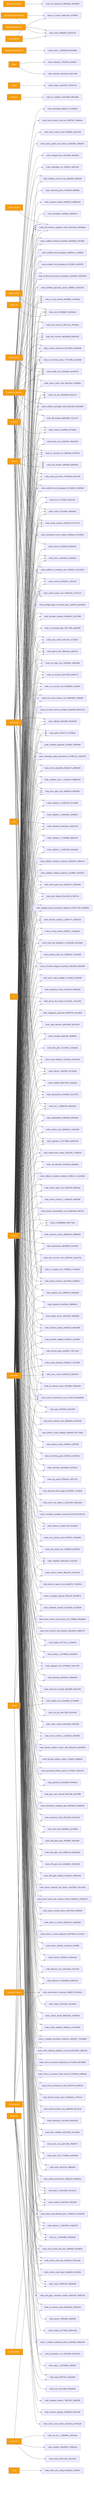
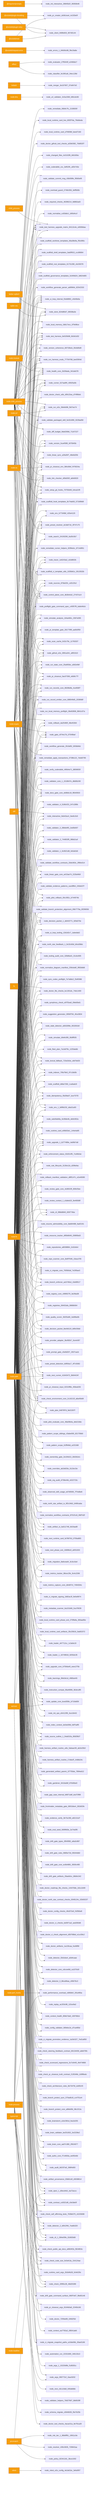
graph LR
  ext_inquirer_prompts_4d547149["@inquirer/prompts"] --> node_init_interactive_28845b2f_39350b46
  ext_octokit_plugin_retry_c9aecc53["@octokit/plugin-retry"] --> node_client_948fe603_907d5144
  ext_octokit_plugin_throttling_7909ece3["@octokit/plugin-throttling"] --> node_client_948fe603_907d5144
  ext_octokit_plugin_throttling_7909ece3["@octokit/plugin-throttling"] --> node_pr_creator_dc6b1ea4_4c333e0f
  ext_octokit_request_error_98ae13cc["@octokit/request-error"] --> node_errors_1_84b56c88_f9e19a8e
  ext_octokit_rest_c6e4d192["@octokit/rest"] --> node_client_948fe603_907d5144
  ext_octokit_rest_c6e4d192["@octokit/rest"] --> node_pr_creator_dc6b1ea4_4c333e0f
  ext_better_sqlite3_d7ed8f1a["better-sqlite3"] --> node_store_824d80d7_69038a3e
  ext_child_process_4845fa97["child_process"] --> node_test_harness_upgrade_matrix_84113c4e_e0838daa
  ext_diff_75a0ee1b["diff"] --> node_interactive_0eb42ac4_3ee6c3c6
  ext_effect_68d1dae1["effect"] --> node_classifier_fe1991a9_34ec128d
  ext_effect_68d1dae1["effect"] --> node_evaluator_27f6343f_e2466dc7
  ext_fs_3f4bb586["fs"] --> node_doctor_file_checks_bc1301dc_74dc1400
  ext_lodash_901466a5["lodash"] --> node_merger_3e167607_07e847e5
  ext_node_child_process_f62b7d19["node:child_process"] --> node_branch_enforcer_acb749cd_10e89517
  ext_node_child_process_f62b7d19["node:child_process"] --> node_changed_files_4c0102f6_bfd165bc
  ext_node_child_process_f62b7d19["node:child_process"] --> node_check_environment_core_2c16213f_a8a456d9
  ext_node_child_process_f62b7d19["node:child_process"] --> node_ci_migrate_core_7005b5af_7e295ae3
  ext_node_child_process_f62b7d19["node:child_process"] --> node_control_plane_core_db3b4cb2_27437a14
  ext_node_child_process_f62b7d19["node:child_process"] --> node_diff_budget_9da0268d_71167227
  ext_node_child_process_f62b7d19["node:child_process"] --> node_docs_gate_core_eb9b6c18_f8540503
  ext_node_child_process_f62b7d19["node:child_process"] --> node_doctor_check_utils_d0fc22ea_d74f86eb
  ext_node_child_process_f62b7d19["node:child_process"] --> node_doctor_github_tool_checks_a53b0382_76d832f7
  ext_node_child_process_f62b7d19["node:child_process"] --> node_github_e2e_2891a341_af6f1610
  ext_node_child_process_f62b7d19["node:child_process"] --> node_health_core_2b2fdada_341de678
  ext_node_child_process_f62b7d19["node:child_process"] --> node_linear_gate_core_a415ae74_222bd4b9
  ext_node_child_process_f62b7d19["node:child_process"] --> node_link_checker_d0fa555f_abfe9020
  ext_node_child_process_f62b7d19["node:child_process"] --> node_local_memory_0db17ecc_97fe98ce
  ext_node_child_process_f62b7d19["node:child_process"] --> node_local_runtime_card_d7fd59bf_beed7160
  ext_node_child_process_f62b7d19["node:child_process"] --> node_local_runtime_card_live_65f2f7da_7feb6eda
  ext_node_child_process_f62b7d19["node:child_process"] --> node_next_runner_41643472_9b94424f
  ext_node_child_process_f62b7d19["node:child_process"] --> node_pr_closeout_0ac07306_e8d9c77f
  ext_node_child_process_f62b7d19["node:child_process"] --> node_pr_closeout_env_9bfcd9ef_f476024a
  ext_node_child_process_f62b7d19["node:child_process"] --> node_remediate_06b9c7fc_2158505f
  ext_node_child_process_f62b7d19["node:child_process"] --> node_run_e2e_39efe696_fb07ee74
  ext_node_child_process_f62b7d19["node:child_process"] --> node_run_harness_evals_77704768_ba42904d
  ext_node_child_process_f62b7d19["node:child_process"] --> node_runner_527aa9f4_40925a5b
  ext_node_child_process_f62b7d19["node:child_process"] --> node_scaffold_hook_templates_8c74ab50_572d99d9
  ext_node_child_process_f62b7d19["node:child_process"] --> node_search_24193290_6a30c5b7
  ext_node_child_process_f62b7d19["node:child_process"] --> node_setup_git_hooks_70750d40_b4ca2cf9
  ext_node_child_process_f62b7d19["node:child_process"] --> node_test_harness_6e520b98_6b3d1d32
  ext_node_child_process_f62b7d19["node:child_process"] --> node_test_harness_upgrade_matrix_84113c4e_e0838daa
  ext_node_child_process_f62b7d19["node:child_process"] --> node_ui_loop_internal_f2eb8892_c4b49e6a
  ext_node_child_process_f62b7d19["node:child_process"] --> node_validate_commit_msg_43b008fe_f9560ef9
  ext_node_child_process_f62b7d19["node:child_process"] --> node_validate_packaged_skill_5e32c890_9228ad58
  ext_node_child_process_f62b7d19["node:child_process"] --> node_version_coherence_69733bcb_00c8d5d9
  ext_node_crypto_c7dfc512["node:crypto"] --> node_artifact_io_ba511748_6d1faad8
  ext_node_crypto_c7dfc512["node:crypto"] --> node_check_environment_core_2c16213f_a8a456d9
  ext_node_crypto_c7dfc512["node:crypto"] --> node_ci_migrate_signing_2d82ac3f_9e5e8974
  ext_node_crypto_c7dfc512["node:crypto"] --> node_control_plane_core_db3b4cb2_27437a14
  ext_node_crypto_c7dfc512["node:crypto"] --> node_decision_packet_1_dd443771_92fa570e
  ext_node_crypto_c7dfc512["node:crypto"] --> node_decision_packet_8ee9d119_b89c59dd
  ext_node_crypto_c7dfc512["node:crypto"] --> node_docs_gate_core_eb9b6c18_f8540503
  ext_node_crypto_c7dfc512["node:crypto"] --> node_enforcement_status_92d314f5_7cd48cbe
  ext_node_crypto_c7dfc512["node:crypto"] --> node_env_b77349bf_420e4120
  ext_node_crypto_c7dfc512["node:crypto"] --> node_gate_c974e17b_07549baf
  ext_node_crypto_c7dfc512["node:crypto"] --> node_idempotency_f5d39a07_bce757f2
  ext_node_crypto_c7dfc512["node:crypto"] --> node_indexer_70fa78e5_97c1bb0b
  ext_node_crypto_c7dfc512["node:crypto"] --> node_lexical_fallback_723e2b3e_cdb7bd33
  ext_node_crypto_c7dfc512["node:crypto"] --> node_linear_sync_a2fa2bf7_48e6d20b
  ext_node_crypto_c7dfc512["node:crypto"] --> node_link_checker_d0fa555f_abfe9020
  ext_node_crypto_c7dfc512["node:crypto"] --> node_migration_8a6cead4_3c3cc0a4
  ext_node_crypto_c7dfc512["node:crypto"] --> node_normalise_cc83ddc1_b95d4ccf
  ext_node_crypto_c7dfc512["node:crypto"] --> node_normalize_diagram_manifest_259cbddf_3f92b8d6
  ext_node_crypto_c7dfc512["node:crypto"] --> node_north_star_feedback_1_9c32c60d_b0cd38dc
  ext_node_crypto_c7dfc512["node:crypto"] --> node_pilot_rollback_00c1f82c_b744974b
  ext_node_crypto_c7dfc512["node:crypto"] --> node_preset_resolver_dc3dd716_3f747c75
  ext_node_crypto_c7dfc512["node:crypto"] --> node_remediate_apply_transactions_0738b122_7ebd0795
  ext_node_crypto_c7dfc512["node:crypto"] --> node_required_checks_46396214_9d882ad3
  ext_node_crypto_c7dfc512["node:crypto"] --> node_rollback_da25480f_48e45364
  ext_node_crypto_c7dfc512["node:crypto"] --> node_run_record_emitter_core_688049d5_2036fd6f
  ext_node_crypto_c7dfc512["node:crypto"] --> node_run_records_core_89286dfa_4ce958f7
  ext_node_crypto_c7dfc512["node:crypto"] --> node_run_state_core_25a955bc_a562e9bf
  ext_node_crypto_c7dfc512["node:crypto"] --> node_scan_cache_fc02c79c_11793337
  ext_node_crypto_c7dfc512["node:crypto"] --> node_simulate_analysis_164a460c_2367e095
  ext_node_crypto_c7dfc512["node:crypto"] --> node_sources_878a52fc_cd312fcd
  ext_node_crypto_c7dfc512["node:crypto"] --> node_test_harness_upgrade_matrix_84113c4e_e0838daa
  ext_node_crypto_c7dfc512["node:crypto"] --> node_tracer_1e6243a2_cb3d802b
  ext_node_crypto_c7dfc512["node:crypto"] --> node_ui_loop_internal_f2eb8892_c4b49e6a
  ext_node_crypto_c7dfc512["node:crypto"] --> node_upgrade_1_b277486e_4a06b7a8
  ext_node_dns_828a0bbf["node:dns"] --> node_url_validator_3c5a1568_b9b1dc66
  ext_node_fs_a15b7d96["node:fs"] --> node_artifact_io_ba511748_6d1faad8
  ext_node_fs_a15b7d96["node:fs"] --> node_artifact_provenance_03b81cbf_d3038614
  ext_node_fs_a15b7d96["node:fs"] --> node_audit_b81f37a0_398f4d93
  ext_node_fs_a15b7d96["node:fs"] --> node_authz_core_f714650a_ee0f2e9d
  ext_node_fs_a15b7d96["node:fs"] --> node_brain_core_aa07c380_2f924977
  ext_node_fs_a15b7d96["node:fs"] --> node_brain_validator_be251832_2e2228e2
  ext_node_fs_a15b7d96["node:fs"] --> node_brainstorm_e2e2381d_fea1b255
  ext_node_fs_a15b7d96["node:fs"] --> node_branch_enforcer_acb749cd_10e89517
  ext_node_fs_a15b7d96["node:fs"] --> node_branch_protect_core_a8feb0fd_38c1f12a
  ext_node_fs_a15b7d96["node:fs"] --> node_branch_protect_sync_570adb18_cc4751e4
  ext_node_fs_a15b7d96["node:fs"] --> node_check_20f65c28_48d25399
  ext_node_fs_a15b7d96["node:fs"] --> node_check_architecture_rules_6b7347fd_dc8f2cf3
  ext_node_fs_a15b7d96["node:fs"] --> node_check_code_size_9c5efc3a_154124ae
  ext_node_fs_a15b7d96["node:fs"] --> node_check_environment_core_2c16213f_a8a456d9
  ext_node_fs_a15b7d96["node:fs"] --> node_check_pr_closeout_truth_contract_f135348c_b39f6edc
  ext_node_fs_a15b7d96["node:fs"] --> node_check_public_api_docs_a9604f1b_f824853c
  ext_node_fs_a15b7d96["node:fs"] --> node_check_scorecard_regressions_5c7c6445_4b474868
  ext_node_fs_a15b7d96["node:fs"] --> node_check_self_affirming_tests_7638e575_c6155698
  ext_node_fs_a15b7d96["node:fs"] --> node_check_steering_feedback_contract_80134459_abb076fc
  ext_node_fs_a15b7d96["node:fs"] --> node_ci_migrate_core_7005b5af_7e295ae3
  ext_node_fs_a15b7d96["node:fs"] --> node_ci_migrate_promotion_evidence_1a2dc527_7ed1a850
  ext_node_fs_a15b7d96["node:fs"] --> node_cli_1_084e05fe_02d92b68
  ext_node_fs_a15b7d96["node:fs"] --> node_cli_99bb8840_659774ba
  ext_node_fs_a15b7d96["node:fs"] --> node_config_validator_669ebc2e_d7ca485d
  ext_node_fs_a15b7d96["node:fs"] --> node_context_health_80bb7da9_169768cb
  ext_node_fs_a15b7d96["node:fs"] --> node_contract_cc8321d6_c0e3de0f
  ext_node_fs_a15b7d96["node:fs"] --> node_control_plane_core_db3b4cb2_27437a14
  ext_node_fs_a15b7d96["node:fs"] --> node_decision_packet_1_dd443771_92fa570e
  ext_node_fs_a15b7d96["node:fs"] --> node_decision_packet_8ee9d119_b89c59dd
  ext_node_fs_a15b7d96["node:fs"] --> node_detector_2_b0fc2f46_7ea6b320
  ext_node_fs_a15b7d96["node:fs"] --> node_detector_3_86ca96aa_c95676c3
  ext_node_fs_a15b7d96["node:fs"] --> node_detector_core_cdccee8d_ca107dc8
  ext_node_fs_a15b7d96["node:fs"] --> node_detector_f2b3cbe4_a0d4caae
  ext_node_fs_a15b7d96["node:fs"] --> node_diff_budget_9da0268d_71167227
  ext_node_fs_a15b7d96["node:fs"] --> node_docs_gate_core_eb9b6c18_f8540503
  ext_node_fs_a15b7d96["node:fs"] --> node_doctor_artifacts_1a126caa_fcefdf99
  ext_node_fs_a15b7d96["node:fs"] --> node_doctor_check_utils_d0fc22ea_d74f86eb
  ext_node_fs_a15b7d96["node:fs"] --> node_doctor_ci_check_alignment_d50768bd_e1cc59c2
  ext_node_fs_a15b7d96["node:fs"] --> node_doctor_ci_checks_bd3971a2_aed260d6
  ext_node_fs_a15b7d96["node:fs"] --> node_doctor_config_checks_49c872e0_f42fb5e8
  ext_node_fs_a15b7d96["node:fs"] --> node_doctor_file_checks_bc1301dc_74dc1400
  ext_node_fs_a15b7d96["node:fs"] --> node_doctor_north_star_contract_checks_0048124c_02b00237
  ext_node_fs_a15b7d96["node:fs"] --> node_doctor_roadmap_file_checks_14447b8e_2d1c2d49
  ext_node_fs_a15b7d96["node:fs"] --> node_drift_gate_artifacts_29aeb0cc_86b9c342
  ext_node_fs_a15b7d96["node:fs"] --> node_drift_gate_core_ec6b4881_9500c485
  ext_node_fs_a15b7d96["node:fs"] --> node_drift_gate_rules_9685e72d_95044db0
  ext_node_fs_a15b7d96["node:fs"] --> node_drift_gate_types_3f045f82_a9a3c987
  ext_node_fs_a15b7d96["node:fs"] --> node_eject_1_d0ecd4d1_ba72accc
  ext_node_fs_a15b7d96["node:fs"] --> node_enforcement_status_92d314f5_7cd48cbe
  ext_node_fs_a15b7d96["node:fs"] --> node_env_1_b6f6b232_dda31a93
  ext_node_fs_a15b7d96["node:fs"] --> node_env_b77349bf_420e4120
  ext_node_fs_a15b7d96["node:fs"] --> node_eval_seed_5699fd3e_2a74a5f6
  ext_node_fs_a15b7d96["node:fs"] --> node_evidence_verify_3b73c290_e82131d7
  ext_node_fs_a15b7d96["node:fs"] --> node_fleet_plan_7a1dd79c_1225abdb
  ext_node_fs_a15b7d96["node:fs"] --> node_frontmatter_metadata_gate_6901bbe4_282d02fe
  ext_node_fs_a15b7d96["node:fs"] --> node_gap_case_internal_b9871ddf_dcd73f98
  ext_node_fs_a15b7d96["node:fs"] --> node_gardener_9416a9df_87b06be0
  ext_node_fs_a15b7d96["node:fs"] --> node_gate_c974e17b_07549baf
  ext_node_fs_a15b7d96["node:fs"] --> node_generated_artifact_parent_1f7755de_7894ed12
  ext_node_fs_a15b7d96["node:fs"] --> node_github_e2e_2891a341_af6f1610
  ext_node_fs_a15b7d96["node:fs"] --> node_harness_artifact_routine_17afacff_14dbb24c
  ext_node_fs_a15b7d96["node:fs"] --> node_harness_artifact_routine_utils_5abaac59_ab2e20b3
  ext_node_fs_a15b7d96["node:fs"] --> node_health_core_2b2fdada_341de678
  ext_node_fs_a15b7d96["node:fs"] --> node_idempotency_f5d39a07_bce757f2
  ext_node_fs_a15b7d96["node:fs"] --> node_index_context_de3ed39d_6df7adf5
  ext_node_fs_a15b7d96["node:fs"] --> node_indexer_70fa78e5_97c1bb0b
  ext_node_fs_a15b7d96["node:fs"] --> node_init_ops_e54123f9_3ce18443
  ext_node_fs_a15b7d96["node:fs"] --> node_instruction_compat_06a469fd_3b3e1df0
  ext_node_fs_a15b7d96["node:fs"] --> node_interactive_0eb42ac4_3ee6c3c6
  ext_node_fs_a15b7d96["node:fs"] --> node_learnings_9feb3e1d_4980a445
  ext_node_fs_a15b7d96["node:fs"] --> node_lexical_fallback_723e2b3e_cdb7bd33
  ext_node_fs_a15b7d96["node:fs"] --> node_linear_gate_core_a415ae74_222bd4b9
  ext_node_fs_a15b7d96["node:fs"] --> node_linear_sync_a2fa2bf7_48e6d20b
  ext_node_fs_a15b7d96["node:fs"] --> node_link_checker_d0fa555f_abfe9020
  ext_node_fs_a15b7d96["node:fs"] --> node_loader_1_16749818_9255dc35
  ext_node_fs_a15b7d96["node:fs"] --> node_loader_d47712cc_1c3a0e19
  ext_node_fs_a15b7d96["node:fs"] --> node_local_memory_0db17ecc_97fe98ce
  ext_node_fs_a15b7d96["node:fs"] --> node_local_runtime_card_artifacts_35c25816_0ad02372
  ext_node_fs_a15b7d96["node:fs"] --> node_local_runtime_card_phase_exit_275ffa9a_383aa95e
  ext_node_fs_a15b7d96["node:fs"] --> node_metadata_scanner_6a101b66_5ca79039
  ext_node_fs_a15b7d96["node:fs"] --> node_metrics_capture_core_db4bf7cf_7494304c
  ext_node_fs_a15b7d96["node:fs"] --> node_metrics_tracker_98cec29c_9c4c2266
  ext_node_fs_a15b7d96["node:fs"] --> node_migration_8a6cead4_3c3cc0a4
  ext_node_fs_a15b7d96["node:fs"] --> node_next_phase_exit_1fd996c9_a5f31003
  ext_node_fs_a15b7d96["node:fs"] --> node_next_runner_41643472_9b94424f
  ext_node_fs_a15b7d96["node:fs"] --> node_next_runtime_card_fa7867b3_0756a883
  ext_node_fs_a15b7d96["node:fs"] --> node_normalize_diagram_manifest_259cbddf_3f92b8d6
  ext_node_fs_a15b7d96["node:fs"] --> node_normalize_workflow_contracts_8701f1c8_0fdf7d2f
  ext_node_fs_a15b7d96["node:fs"] --> node_north_star_artifact_io_9f2c34b2_6490caba
  ext_node_fs_a15b7d96["node:fs"] --> node_north_star_feedback_1_9c32c60d_b0cd38dc
  ext_node_fs_a15b7d96["node:fs"] --> node_observed_skill_usage_ed7d5930_7f7edbe6
  ext_node_fs_a15b7d96["node:fs"] --> node_org_audit_d739e44b_e522723c
  ext_node_fs_a15b7d96["node:fs"] --> node_overrides_ab2dd33e_6115e15e
  ext_node_fs_a15b7d96["node:fs"] --> node_ownership_gate_2e194d13_2b02b2e1
  ext_node_fs_a15b7d96["node:fs"] --> node_pattern_scope_61ff946d_a1f21fd8
  ext_node_fs_a15b7d96["node:fs"] --> node_pattern_scope_siblings_43abe000_821756b0
  ext_node_fs_a15b7d96["node:fs"] --> node_pilot_evaluate_core_48a59b4a_deb218dc
  ext_node_fs_a15b7d96["node:fs"] --> node_pilot_rollback_00c1f82c_b744974b
  ext_node_fs_a15b7d96["node:fs"] --> node_plan_64879f7d_9e01597f
  ext_node_fs_a15b7d96["node:fs"] --> node_pr_closeout_0ac07306_e8d9c77f
  ext_node_fs_a15b7d96["node:fs"] --> node_pr_closeout_env_9bfcd9ef_f476024a
  ext_node_fs_a15b7d96["node:fs"] --> node_pr_closeout_input_02319f8e_456ea535
  ext_node_fs_a15b7d96["node:fs"] --> node_pr_template_gate_281778f9_aa0b3f59
  ext_node_fs_a15b7d96["node:fs"] --> node_preflight_gate_command_spec_c45f57f0_bdeb46cb
  ext_node_fs_a15b7d96["node:fs"] --> node_preset_detection_b0f00a17_4f7c5082
  ext_node_fs_a15b7d96["node:fs"] --> node_preset_resolver_dc3dd716_3f747c75
  ext_node_fs_a15b7d96["node:fs"] --> node_prompt_gate_c5e9d207_2927cacb
  ext_node_fs_a15b7d96["node:fs"] --> node_provider_adapter_3bcf82b7_3ce4cf67
  ext_node_fs_a15b7d96["node:fs"] --> node_quality_scorer_362f2a90_2a086a0b
  ext_node_fs_a15b7d96["node:fs"] --> node_registries_06402afa_0868b564
  ext_node_fs_a15b7d96["node:fs"] --> node_registry_core_c9990279_3e2fda38
  ext_node_fs_a15b7d96["node:fs"] --> node_remediate_apply_transactions_0738b122_7ebd0795
  ext_node_fs_a15b7d96["node:fs"] --> node_remediate_runner_helpers_929fedcc_8714d951
  ext_node_fs_a15b7d96["node:fs"] --> node_repo_scanner_core_8e9f7646_10aca705
  ext_node_fs_a15b7d96["node:fs"] --> node_repositories_a8038884_2c62efe4
  ext_node_fs_a15b7d96["node:fs"] --> node_resource_tracker_d95b6649_20895bd3
  ext_node_fs_a15b7d96["node:fs"] --> node_resume_admissibility_core_8ab84488_faaf2191
  ext_node_fs_a15b7d96["node:fs"] --> node_review_context_1_e3afed15_9e46568f
  ext_node_fs_a15b7d96["node:fs"] --> node_review_gate_core_4c8001f9_809cf3ee
  ext_node_fs_a15b7d96["node:fs"] --> node_rollback_da25480f_48e45364
  ext_node_fs_a15b7d96["node:fs"] --> node_rollback_manifest_validation_d8f5147c_e2e46585
  ext_node_fs_a15b7d96["node:fs"] --> node_rule_lifecycle_3130e11b_d296efac
  ext_node_fs_a15b7d96["node:fs"] --> node_run_e2e_39efe696_fb07ee74
  ext_node_fs_a15b7d96["node:fs"] --> node_run_harness_evals_77704768_ba42904d
  ext_node_fs_a15b7d96["node:fs"] --> node_run_record_emitter_core_688049d5_2036fd6f
  ext_node_fs_a15b7d96["node:fs"] --> node_run_records_core_89286dfa_4ce958f7
  ext_node_fs_a15b7d96["node:fs"] --> node_run_state_core_25a955bc_a562e9bf
  ext_node_fs_a15b7d96["node:fs"] --> node_runner_527aa9f4_40925a5b
  ext_node_fs_a15b7d96["node:fs"] --> node_runtime_card_e06b53e1_144e4a95
  ext_node_fs_a15b7d96["node:fs"] --> node_satisfiability_6c08de4b_de8c902a
  ext_node_fs_a15b7d96["node:fs"] --> node_scaffold_ci_template_utils_1035b61c_0513532b
  ext_node_fs_a15b7d96["node:fs"] --> node_scaffold_db8a7260_1ca6adc9
  ext_node_fs_a15b7d96["node:fs"] --> node_scaffold_governance_templates_5c949d24_3d624d65
  ext_node_fs_a15b7d96["node:fs"] --> node_scaffold_hook_templates_8c74ab50_572d99d9
  ext_node_fs_a15b7d96["node:fs"] --> node_scaffold_root_templates_61731280_c6c59378
  ext_node_fs_a15b7d96["node:fs"] --> node_scaffold_shell_templates_0ad0f915_ccc86664
  ext_node_fs_a15b7d96["node:fs"] --> node_scaffold_worktree_templates_66a38e9a_ff3c085c
  ext_node_fs_a15b7d96["node:fs"] --> node_scan_cache_fc02c79c_11793337
  ext_node_fs_a15b7d96["node:fs"] --> node_setup_git_hooks_70750d40_b4ca2cf9
  ext_node_fs_a15b7d96["node:fs"] --> node_simulate_analysis_164a460c_2367e095
  ext_node_fs_a15b7d96["node:fs"] --> node_simulate_b9efe395_90dff935
  ext_node_fs_a15b7d96["node:fs"] --> node_source_outline_1_54a631fa_8582fb07
  ext_node_fs_a15b7d96["node:fs"] --> node_sources_878a52fc_cd312fcd
  ext_node_fs_a15b7d96["node:fs"] --> node_stale_detector_a563289e_653281b0
  ext_node_fs_a15b7d96["node:fs"] --> node_store_824d80d7_69038a3e
  ext_node_fs_a15b7d96["node:fs"] --> node_suggestion_generator_0956f794_4fce3834
  ext_node_fs_a15b7d96["node:fs"] --> node_symphony_check_e97f2ea0_09eb5bd1
  ext_node_fs_a15b7d96["node:fs"] --> node_sync_codex_preflight_7e7a8dc2_f2ef0386
  ext_node_fs_a15b7d96["node:fs"] --> node_test_harness_6e520b98_6b3d1d32
  ext_node_fs_a15b7d96["node:fs"] --> node_test_harness_upgrade_matrix_84113c4e_e0838daa
  ext_node_fs_a15b7d96["node:fs"] --> node_tooling_audit_core_328d6a41_01cbc905
  ext_node_fs_a15b7d96["node:fs"] --> node_tracer_1e6243a2_cb3d802b
  ext_node_fs_a15b7d96["node:fs"] --> node_ui_loop_internal_f2eb8892_c4b49e6a
  ext_node_fs_a15b7d96["node:fs"] --> node_ui_loop_tooling_12b2d2c7_1abedab2
  ext_node_fs_a15b7d96["node:fs"] --> node_update_core_bced358c_b710dd59
  ext_node_fs_a15b7d96["node:fs"] --> node_upgrade_1_b277486e_4a06b7a8
  ext_node_fs_a15b7d96["node:fs"] --> node_upgrade_core_b759da40_eeec275b
  ext_node_fs_a15b7d96["node:fs"] --> node_validate_branch_protection_alignment_09b7779a_6f299056
  ext_node_fs_a15b7d96["node:fs"] --> node_validate_commit_msg_43b008fe_f9560ef9
  ext_node_fs_a15b7d96["node:fs"] --> node_validate_evidence_patterns_cacd9fb4_240eb37f
  ext_node_fs_a15b7d96["node:fs"] --> node_validate_packaged_skill_5e32c890_9228ad58
  ext_node_fs_a15b7d96["node:fs"] --> node_validate_workflow_contracts_33dc063c_2f80e314
  ext_node_fs_a15b7d96["node:fs"] --> node_validator_1_0c0621d8_0e5afcb6
  ext_node_fs_a15b7d96["node:fs"] --> node_validator_2_744853f5_98bb2caf
  ext_node_fs_a15b7d96["node:fs"] --> node_validator_3_28b6e9f3_2ed5b007
  ext_node_fs_a15b7d96["node:fs"] --> node_validator_4_5180cf23_247c289b
  ext_node_fs_a15b7d96["node:fs"] --> node_validator_core_1_1518647e_d8d0b249
  ext_node_fs_a15b7d96["node:fs"] --> node_verify_coderabbit_490b4e71_8859655f
  ext_node_fs_a15b7d96["node:fs"] --> node_version_5ca4f385_fd75945b
  ext_node_fs_a15b7d96["node:fs"] --> node_version_coherence_69733bcb_00c8d5d9
  ext_node_fs_a15b7d96["node:fs"] --> node_workflow_generate_2fc0af62_803bbfeb
  ext_node_fs_a15b7d96["node:fs"] --> node_workflow_generate_parser_ad69fefe_62542333
  ext_node_module_ca1b42af["node:module"] --> node_health_core_2b2fdada_341de678
  ext_node_os_d93fe73a["node:os"] --> node_env_1_b6f6b232_dda31a93
  ext_node_os_d93fe73a["node:os"] --> node_github_e2e_2891a341_af6f1610
  ext_node_os_d93fe73a["node:os"] --> node_link_checker_d0fa555f_abfe9020
  ext_node_os_d93fe73a["node:os"] --> node_overload_guard_2748c559_3eff560b
  ext_node_os_d93fe73a["node:os"] --> node_performance_overload_c685bfcf_291ef65a
  ext_node_os_d93fe73a["node:os"] --> node_pr_closeout_env_9bfcd9ef_f476024a
+   ext_node_os_d93fe73a["node:os"] --> node_runner_527aa9f4_40925a5b
  ext_node_os_d93fe73a["node:os"] --> node_test_harness_6e520b98_6b3d1d32
  ext_node_os_d93fe73a["node:os"] --> node_test_harness_upgrade_matrix_84113c4e_e0838daa
  ext_node_path_78811c13["node:path"] --> node_args_090772cf_1bac9202
  ext_node_path_78811c13["node:path"] --> node_args_1_15220d9b_f1d9281c
  ext_node_path_78811c13["node:path"] --> node_artifact_io_ba511748_6d1faad8
  ext_node_path_78811c13["node:path"] --> node_artifact_provenance_03b81cbf_d3038614
  ext_node_path_78811c13["node:path"] --> node_audit_b81f37a0_398f4d93
  ext_node_path_78811c13["node:path"] --> node_authz_core_f714650a_ee0f2e9d
  ext_node_path_78811c13["node:path"] --> node_automation_run_22331800_346133c3
  ext_node_path_78811c13["node:path"] --> node_brain_core_aa07c380_2f924977
  ext_node_path_78811c13["node:path"] --> node_brain_validator_be251832_2e2228e2
  ext_node_path_78811c13["node:path"] --> node_brainstorm_e2e2381d_fea1b255
  ext_node_path_78811c13["node:path"] --> node_branch_enforcer_acb749cd_10e89517
  ext_node_path_78811c13["node:path"] --> node_branch_protect_core_a8feb0fd_38c1f12a
  ext_node_path_78811c13["node:path"] --> node_branch_protect_sync_570adb18_cc4751e4
  ext_node_path_78811c13["node:path"] --> node_check_20f65c28_48d25399
  ext_node_path_78811c13["node:path"] --> node_check_architecture_rules_6b7347fd_dc8f2cf3
  ext_node_path_78811c13["node:path"] --> node_check_code_size_9c5efc3a_154124ae
  ext_node_path_78811c13["node:path"] --> node_check_environment_core_2c16213f_a8a456d9
  ext_node_path_78811c13["node:path"] --> node_check_pr_closeout_truth_contract_f135348c_b39f6edc
  ext_node_path_78811c13["node:path"] --> node_check_public_api_docs_a9604f1b_f824853c
  ext_node_path_78811c13["node:path"] --> node_check_scorecard_regressions_5c7c6445_4b474868
  ext_node_path_78811c13["node:path"] --> node_check_self_affirming_tests_7638e575_c6155698
  ext_node_path_78811c13["node:path"] --> node_check_steering_feedback_contract_80134459_abb076fc
  ext_node_path_78811c13["node:path"] --> node_ci_migrate_core_7005b5af_7e295ae3
  ext_node_path_78811c13["node:path"] --> node_ci_migrate_promotion_evidence_1a2dc527_7ed1a850
  ext_node_path_78811c13["node:path"] --> node_ci_migrate_snapshot_paths_a10de06b_30ae5166
  ext_node_path_78811c13["node:path"] --> node_cli_1_084e05fe_02d92b68
  ext_node_path_78811c13["node:path"] --> node_cli_99bb8840_659774ba
  ext_node_path_78811c13["node:path"] --> node_config_validator_669ebc2e_d7ca485d
  ext_node_path_78811c13["node:path"] --> node_context_ea7792a2_08541ab6
  ext_node_path_78811c13["node:path"] --> node_context_health_80bb7da9_169768cb
  ext_node_path_78811c13["node:path"] --> node_contract_cc8321d6_c0e3de0f
  ext_node_path_78811c13["node:path"] --> node_control_plane_core_db3b4cb2_27437a14
  ext_node_path_78811c13["node:path"] --> node_decision_packet_1_dd443771_92fa570e
  ext_node_path_78811c13["node:path"] --> node_decision_packet_8ee9d119_b89c59dd
  ext_node_path_78811c13["node:path"] --> node_detector_2_b0fc2f46_7ea6b320
  ext_node_path_78811c13["node:path"] --> node_detector_3_86ca96aa_c95676c3
  ext_node_path_78811c13["node:path"] --> node_detector_core_cdccee8d_ca107dc8
  ext_node_path_78811c13["node:path"] --> node_detector_f2b3cbe4_a0d4caae
  ext_node_path_78811c13["node:path"] --> node_docs_gate_core_eb9b6c18_f8540503
  ext_node_path_78811c13["node:path"] --> node_doctor_72f4be89_04fd2f3d
  ext_node_path_78811c13["node:path"] --> node_doctor_artifacts_1a126caa_fcefdf99
  ext_node_path_78811c13["node:path"] --> node_doctor_ci_check_alignment_d50768bd_e1cc59c2
  ext_node_path_78811c13["node:path"] --> node_doctor_ci_checks_bd3971a2_aed260d6
  ext_node_path_78811c13["node:path"] --> node_doctor_config_checks_49c872e0_f42fb5e8
  ext_node_path_78811c13["node:path"] --> node_doctor_file_checks_bc1301dc_74dc1400
  ext_node_path_78811c13["node:path"] --> node_doctor_north_star_contract_checks_0048124c_02b00237
  ext_node_path_78811c13["node:path"] --> node_doctor_roadmap_file_checks_14447b8e_2d1c2d49
  ext_node_path_78811c13["node:path"] --> node_drift_gate_artifacts_29aeb0cc_86b9c342
  ext_node_path_78811c13["node:path"] --> node_drift_gate_command_surface_060f7e67_f8e83146
  ext_node_path_78811c13["node:path"] --> node_drift_gate_core_ec6b4881_9500c485
  ext_node_path_78811c13["node:path"] --> node_drift_gate_rules_9685e72d_95044db0
  ext_node_path_78811c13["node:path"] --> node_drift_gate_types_3f045f82_a9a3c987
  ext_node_path_78811c13["node:path"] --> node_eject_1_d0ecd4d1_ba72accc
  ext_node_path_78811c13["node:path"] --> node_enforcement_status_92d314f5_7cd48cbe
  ext_node_path_78811c13["node:path"] --> node_env_1_b6f6b232_dda31a93
  ext_node_path_78811c13["node:path"] --> node_eval_seed_5699fd3e_2a74a5f6
  ext_node_path_78811c13["node:path"] --> node_evidence_verify_3b73c290_e82131d7
  ext_node_path_78811c13["node:path"] --> node_frontmatter_metadata_gate_6901bbe4_282d02fe
  ext_node_path_78811c13["node:path"] --> node_gap_case_internal_b9871ddf_dcd73f98
  ext_node_path_78811c13["node:path"] --> node_gardener_9416a9df_87b06be0
  ext_node_path_78811c13["node:path"] --> node_gate_c974e17b_07549baf
  ext_node_path_78811c13["node:path"] --> node_generated_artifact_parent_1f7755de_7894ed12
  ext_node_path_78811c13["node:path"] --> node_github_e2e_2891a341_af6f1610
  ext_node_path_78811c13["node:path"] --> node_harness_artifact_routine_17afacff_14dbb24c
  ext_node_path_78811c13["node:path"] --> node_harness_artifact_routine_utils_5abaac59_ab2e20b3
  ext_node_path_78811c13["node:path"] --> node_health_core_2b2fdada_341de678
  ext_node_path_78811c13["node:path"] --> node_idempotency_f5d39a07_bce757f2
  ext_node_path_78811c13["node:path"] --> node_index_context_de3ed39d_6df7adf5
  ext_node_path_78811c13["node:path"] --> node_indexer_70fa78e5_97c1bb0b
  ext_node_path_78811c13["node:path"] --> node_init_ops_e54123f9_3ce18443
  ext_node_path_78811c13["node:path"] --> node_instruction_compat_06a469fd_3b3e1df0
  ext_node_path_78811c13["node:path"] --> node_interactive_0eb42ac4_3ee6c3c6
  ext_node_path_78811c13["node:path"] --> node_learnings_9feb3e1d_4980a445
  ext_node_path_78811c13["node:path"] --> node_lexical_fallback_723e2b3e_cdb7bd33
  ext_node_path_78811c13["node:path"] --> node_linear_gate_core_a415ae74_222bd4b9
  ext_node_path_78811c13["node:path"] --> node_link_checker_d0fa555f_abfe9020
  ext_node_path_78811c13["node:path"] --> node_loader_1_16749818_9255dc35
  ext_node_path_78811c13["node:path"] --> node_loader_d47712cc_1c3a0e19
  ext_node_path_78811c13["node:path"] --> node_local_runtime_card_artifacts_35c25816_0ad02372
  ext_node_path_78811c13["node:path"] --> node_local_runtime_card_phase_exit_275ffa9a_383aa95e
  ext_node_path_78811c13["node:path"] --> node_metadata_scanner_6a101b66_5ca79039
  ext_node_path_78811c13["node:path"] --> node_metrics_capture_core_db4bf7cf_7494304c
  ext_node_path_78811c13["node:path"] --> node_metrics_tracker_98cec29c_9c4c2266
  ext_node_path_78811c13["node:path"] --> node_migration_8a6cead4_3c3cc0a4
  ext_node_path_78811c13["node:path"] --> node_next_phase_exit_1fd996c9_a5f31003
  ext_node_path_78811c13["node:path"] --> node_next_runner_41643472_9b94424f
  ext_node_path_78811c13["node:path"] --> node_next_runtime_card_fa7867b3_0756a883
  ext_node_path_78811c13["node:path"] --> node_normalize_diagram_manifest_259cbddf_3f92b8d6
  ext_node_path_78811c13["node:path"] --> node_normalize_workflow_contracts_8701f1c8_0fdf7d2f
  ext_node_path_78811c13["node:path"] --> node_north_star_artifact_io_9f2c34b2_6490caba
  ext_node_path_78811c13["node:path"] --> node_north_star_feedback_1_9c32c60d_b0cd38dc
  ext_node_path_78811c13["node:path"] --> node_observed_skill_usage_ed7d5930_7f7edbe6
  ext_node_path_78811c13["node:path"] --> node_org_audit_d739e44b_e522723c
  ext_node_path_78811c13["node:path"] --> node_overrides_ab2dd33e_6115e15e
  ext_node_path_78811c13["node:path"] --> node_ownership_gate_2e194d13_2b02b2e1
  ext_node_path_78811c13["node:path"] --> node_pattern_scope_61ff946d_a1f21fd8
  ext_node_path_78811c13["node:path"] --> node_pattern_scope_siblings_43abe000_821756b0
  ext_node_path_78811c13["node:path"] --> node_pilot_evaluate_core_48a59b4a_deb218dc
  ext_node_path_78811c13["node:path"] --> node_pilot_rollback_00c1f82c_b744974b
  ext_node_path_78811c13["node:path"] --> node_plan_64879f7d_9e01597f
  ext_node_path_78811c13["node:path"] --> node_pr_closeout_0ac07306_e8d9c77f
  ext_node_path_78811c13["node:path"] --> node_pr_closeout_args_8164b0a8_2240b166
  ext_node_path_78811c13["node:path"] --> node_pr_closeout_env_9bfcd9ef_f476024a
  ext_node_path_78811c13["node:path"] --> node_pr_closeout_input_02319f8e_456ea535
  ext_node_path_78811c13["node:path"] --> node_preset_detection_b0f00a17_4f7c5082
  ext_node_path_78811c13["node:path"] --> node_preset_resolver_dc3dd716_3f747c75
  ext_node_path_78811c13["node:path"] --> node_prompt_gate_c5e9d207_2927cacb
  ext_node_path_78811c13["node:path"] --> node_provider_adapter_3bcf82b7_3ce4cf67
  ext_node_path_78811c13["node:path"] --> node_quality_scorer_362f2a90_2a086a0b
  ext_node_path_78811c13["node:path"] --> node_registries_06402afa_0868b564
  ext_node_path_78811c13["node:path"] --> node_registry_core_c9990279_3e2fda38
  ext_node_path_78811c13["node:path"] --> node_remediate_apply_transactions_0738b122_7ebd0795
  ext_node_path_78811c13["node:path"] --> node_replay_ac203c98_115ce9a2
  ext_node_path_78811c13["node:path"] --> node_repo_scanner_core_8e9f7646_10aca705
  ext_node_path_78811c13["node:path"] --> node_repositories_a8038884_2c62efe4
  ext_node_path_78811c13["node:path"] --> node_resource_tracker_d95b6649_20895bd3
  ext_node_path_78811c13["node:path"] --> node_resume_admissibility_core_8ab84488_faaf2191
  ext_node_path_78811c13["node:path"] --> node_review_context_1_e3afed15_9e46568f
  ext_node_path_78811c13["node:path"] --> node_review_gate_core_4c8001f9_809cf3ee
  ext_node_path_78811c13["node:path"] --> node_rollback_da25480f_48e45364
  ext_node_path_78811c13["node:path"] --> node_rollback_manifest_validation_d8f5147c_e2e46585
  ext_node_path_78811c13["node:path"] --> node_rule_lifecycle_3130e11b_d296efac
  ext_node_path_78811c13["node:path"] --> node_run_e2e_39efe696_fb07ee74
  ext_node_path_78811c13["node:path"] --> node_run_harness_evals_77704768_ba42904d
  ext_node_path_78811c13["node:path"] --> node_run_local_memory_preflight_36e92808_9841c57a
  ext_node_path_78811c13["node:path"] --> node_run_record_emitter_core_688049d5_2036fd6f
  ext_node_path_78811c13["node:path"] --> node_run_records_core_89286dfa_4ce958f7
  ext_node_path_78811c13["node:path"] --> node_run_state_core_25a955bc_a562e9bf
  ext_node_path_78811c13["node:path"] --> node_runner_527aa9f4_40925a5b
  ext_node_path_78811c13["node:path"] --> node_runtime_card_args_2b3d4b28_5cfe029c
  ext_node_path_78811c13["node:path"] --> node_runtime_card_e06b53e1_144e4a95
  ext_node_path_78811c13["node:path"] --> node_satisfiability_6c08de4b_de8c902a
  ext_node_path_78811c13["node:path"] --> node_scaffold_ci_template_utils_1035b61c_0513532b
  ext_node_path_78811c13["node:path"] --> node_scaffold_db8a7260_1ca6adc9
  ext_node_path_78811c13["node:path"] --> node_scaffold_hook_templates_8c74ab50_572d99d9
  ext_node_path_78811c13["node:path"] --> node_scan_cache_fc02c79c_11793337
  ext_node_path_78811c13["node:path"] --> node_search_24193290_6a30c5b7
  ext_node_path_78811c13["node:path"] --> node_setup_git_hooks_70750d40_b4ca2cf9
  ext_node_path_78811c13["node:path"] --> node_simulate_analysis_164a460c_2367e095
  ext_node_path_78811c13["node:path"] --> node_simulate_b9efe395_90dff935
  ext_node_path_78811c13["node:path"] --> node_source_outline_1_54a631fa_8582fb07
  ext_node_path_78811c13["node:path"] --> node_sources_878a52fc_cd312fcd
  ext_node_path_78811c13["node:path"] --> node_stale_detector_a563289e_653281b0
  ext_node_path_78811c13["node:path"] --> node_store_824d80d7_69038a3e
  ext_node_path_78811c13["node:path"] --> node_suggestion_generator_0956f794_4fce3834
  ext_node_path_78811c13["node:path"] --> node_symphony_check_e97f2ea0_09eb5bd1
  ext_node_path_78811c13["node:path"] --> node_sync_codex_preflight_7e7a8dc2_f2ef0386
  ext_node_path_78811c13["node:path"] --> node_test_harness_6e520b98_6b3d1d32
  ext_node_path_78811c13["node:path"] --> node_test_harness_upgrade_matrix_84113c4e_e0838daa
  ext_node_path_78811c13["node:path"] --> node_tooling_audit_core_328d6a41_01cbc905
  ext_node_path_78811c13["node:path"] --> node_tracer_1e6243a2_cb3d802b
  ext_node_path_78811c13["node:path"] --> node_ui_loop_internal_f2eb8892_c4b49e6a
  ext_node_path_78811c13["node:path"] --> node_ui_loop_tooling_12b2d2c7_1abedab2
  ext_node_path_78811c13["node:path"] --> node_update_core_bced358c_b710dd59
  ext_node_path_78811c13["node:path"] --> node_upgrade_1_b277486e_4a06b7a8
  ext_node_path_78811c13["node:path"] --> node_upgrade_core_b759da40_eeec275b
  ext_node_path_78811c13["node:path"] --> node_validate_branch_protection_alignment_09b7779a_6f299056
  ext_node_path_78811c13["node:path"] --> node_validate_evidence_patterns_cacd9fb4_240eb37f
  ext_node_path_78811c13["node:path"] --> node_validate_packaged_skill_5e32c890_9228ad58
  ext_node_path_78811c13["node:path"] --> node_validate_workflow_contracts_33dc063c_2f80e314
  ext_node_path_78811c13["node:path"] --> node_validator_1_0c0621d8_0e5afcb6
  ext_node_path_78811c13["node:path"] --> node_validator_2_744853f5_98bb2caf
  ext_node_path_78811c13["node:path"] --> node_validator_3_28b6e9f3_2ed5b007
  ext_node_path_78811c13["node:path"] --> node_validator_4_5180cf23_247c289b
  ext_node_path_78811c13["node:path"] --> node_validator_core_1_1518647e_d8d0b249
  ext_node_path_78811c13["node:path"] --> node_verify_coderabbit_490b4e71_8859655f
  ext_node_path_78811c13["node:path"] --> node_version_5ca4f385_fd75945b
  ext_node_path_78811c13["node:path"] --> node_version_coherence_69733bcb_00c8d5d9
  ext_node_path_78811c13["node:path"] --> node_workflow_generate_2fc0af62_803bbfeb
  ext_node_perf_hooks_906292ff["node:perf_hooks"] --> node_performance_overload_c685bfcf_291ef65a
  ext_node_process_00cdf119["node:process"] --> node_args_090772cf_1bac9202
  ext_node_process_00cdf119["node:process"] --> node_check_20f65c28_48d25399
  ext_node_process_00cdf119["node:process"] --> node_ci_migrate_core_7005b5af_7e295ae3
  ext_node_process_00cdf119["node:process"] --> node_ci_migrate_signing_2d82ac3f_9e5e8974
  ext_node_process_00cdf119["node:process"] --> node_cli_1_084e05fe_02d92b68
  ext_node_process_00cdf119["node:process"] --> node_contract_cc8321d6_c0e3de0f
  ext_node_process_00cdf119["node:process"] --> node_next_c6c1c9a9_040a8dbb
  ext_node_process_00cdf119["node:process"] --> node_next_runner_41643472_9b94424f
  ext_node_process_00cdf119["node:process"] --> node_performance_overload_c685bfcf_291ef65a
  ext_node_process_00cdf119["node:process"] --> node_pr_closeout_args_8164b0a8_2240b166
  ext_node_process_00cdf119["node:process"] --> node_runtime_card_args_2b3d4b28_5cfe029c
  ext_node_process_00cdf119["node:process"] --> node_upgrade_core_b759da40_eeec275b
  ext_node_readline_bb6096cc["node:readline"] --> node_eject_1_d0ecd4d1_ba72accc
  ext_node_url_d0cb3ad7["node:url"] --> node_ci_migrate_core_7005b5af_7e295ae3
  ext_node_url_d0cb3ad7["node:url"] --> node_cli_99bb8840_659774ba
  ext_node_url_d0cb3ad7["node:url"] --> node_coderabbit_csv_3ef61ffc_af2b743e
  ext_node_url_d0cb3ad7["node:url"] --> node_control_plane_core_db3b4cb2_27437a14
  ext_node_url_d0cb3ad7["node:url"] --> node_decision_packet_1_dd443771_92fa570e
  ext_node_url_d0cb3ad7["node:url"] --> node_gate_c974e17b_07549baf
  ext_node_url_d0cb3ad7["node:url"] --> node_health_core_2b2fdada_341de678
  ext_node_url_d0cb3ad7["node:url"] --> node_preset_resolver_dc3dd716_3f747c75
  ext_node_url_d0cb3ad7["node:url"] --> node_run_e2e_39efe696_fb07ee74
  ext_node_url_d0cb3ad7["node:url"] --> node_run_harness_evals_77704768_ba42904d
  ext_node_url_d0cb3ad7["node:url"] --> node_run_local_memory_preflight_36e92808_9841c57a
  ext_node_url_d0cb3ad7["node:url"] --> node_scaffold_ci_template_utils_1035b61c_0513532b
  ext_node_url_d0cb3ad7["node:url"] --> node_scaffold_governance_templates_5c949d24_3d624d65
  ext_node_url_d0cb3ad7["node:url"] --> node_scaffold_root_templates_61731280_c6c59378
  ext_node_url_d0cb3ad7["node:url"] --> node_scaffold_shell_templates_0ad0f915_ccc86664
  ext_node_url_d0cb3ad7["node:url"] --> node_scaffold_worktree_templates_66a38e9a_ff3c085c
  ext_node_url_d0cb3ad7["node:url"] --> node_test_harness_upgrade_matrix_84113c4e_e0838daa
  ext_node_url_d0cb3ad7["node:url"] --> node_ui_loop_internal_f2eb8892_c4b49e6a
  ext_node_url_d0cb3ad7["node:url"] --> node_version_5ca4f385_fd75945b
  ext_picomatch_2ebdbf14["picomatch"] --> node_detector_2_b0fc2f46_7ea6b320
  ext_picomatch_2ebdbf14["picomatch"] --> node_policy_823412d1_3bce1002
  ext_picomatch_2ebdbf14["picomatch"] --> node_resolver_439c3635_729842aa
  ext_picomatch_2ebdbf14["picomatch"] --> node_risk_tier_1_96b6ff91_19911c0e
  ext_semver_b4039641["semver"] --> node_check_environment_core_2c16213f_a8a456d9
  ext_semver_b4039641["semver"] --> node_doctor_tool_checks_4acac51a_9e791a28
  ext_semver_b4039641["semver"] --> node_migration_8a6cead4_3c3cc0a4
  ext_semver_b4039641["semver"] --> node_schema_migrate_c0646635_f0e7b25b
  ext_semver_b4039641["semver"] --> node_update_core_bced358c_b710dd59
  ext_semver_b4039641["semver"] --> node_upgrade_1_b277486e_4a06b7a8
  ext_semver_b4039641["semver"] --> node_validator_helpers_7b927667_8b691f8f
  ext_sqlite_vec_bae73cf2["sqlite-vec"] --> node_store_824d80d7_69038a3e
  ext_typescript_fb9da861["typescript"] --> node_check_code_size_9c5efc3a_154124ae
  ext_typescript_fb9da861["typescript"] --> node_check_public_api_docs_a9604f1b_f824853c
  ext_typescript_fb9da861["typescript"] --> node_check_self_affirming_tests_7638e575_c6155698
  ext_typescript_fb9da861["typescript"] --> node_source_outline_1_54a631fa_8582fb07
  ext_vitest_4c9cfa13["vitest"] --> node_vitest_e2e_config_4e2a61bc_3efa3f07
  style ext_better_sqlite3_d7ed8f1a fill:#f59e0b,color:#fff
  style ext_child_process_4845fa97 fill:#f59e0b,color:#fff
  style ext_diff_75a0ee1b fill:#f59e0b,color:#fff
  style ext_effect_68d1dae1 fill:#f59e0b,color:#fff
  style ext_fs_3f4bb586 fill:#f59e0b,color:#fff
  style ext_inquirer_prompts_4d547149 fill:#f59e0b,color:#fff
  style ext_lodash_901466a5 fill:#f59e0b,color:#fff
  style ext_node_child_process_f62b7d19 fill:#f59e0b,color:#fff
  style ext_node_crypto_c7dfc512 fill:#f59e0b,color:#fff
  style ext_node_dns_828a0bbf fill:#f59e0b,color:#fff
  style ext_node_fs_a15b7d96 fill:#f59e0b,color:#fff
  style ext_node_module_ca1b42af fill:#f59e0b,color:#fff
  style ext_node_os_d93fe73a fill:#f59e0b,color:#fff
  style ext_node_path_78811c13 fill:#f59e0b,color:#fff
  style ext_node_perf_hooks_906292ff fill:#f59e0b,color:#fff
  style ext_node_process_00cdf119 fill:#f59e0b,color:#fff
  style ext_node_readline_bb6096cc fill:#f59e0b,color:#fff
  style ext_node_url_d0cb3ad7 fill:#f59e0b,color:#fff
  style ext_octokit_plugin_retry_c9aecc53 fill:#f59e0b,color:#fff
  style ext_octokit_plugin_throttling_7909ece3 fill:#f59e0b,color:#fff
  style ext_octokit_request_error_98ae13cc fill:#f59e0b,color:#fff
  style ext_octokit_rest_c6e4d192 fill:#f59e0b,color:#fff
  style ext_picomatch_2ebdbf14 fill:#f59e0b,color:#fff
  style ext_semver_b4039641 fill:#f59e0b,color:#fff
  style ext_sqlite_vec_bae73cf2 fill:#f59e0b,color:#fff
  style ext_typescript_fb9da861 fill:#f59e0b,color:#fff
  style ext_vitest_4c9cfa13 fill:#f59e0b,color:#fff
